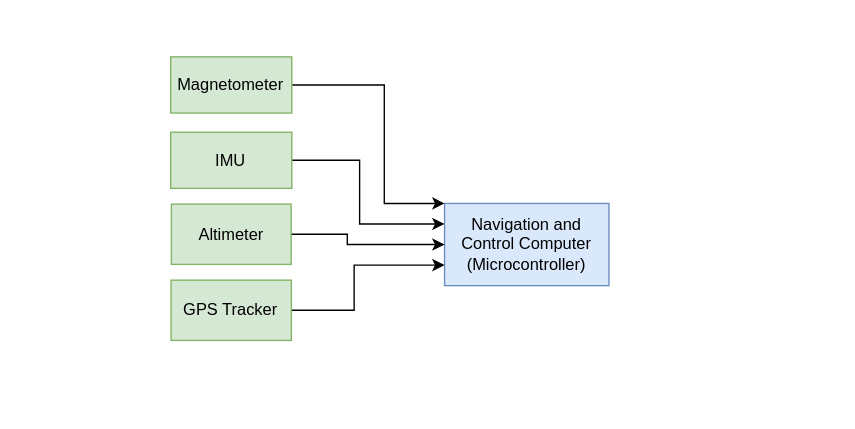
Earlier version of the draw.io diagram Untitled Diagram.drawio (haloship/docs). Source tidied: cells renumbered, new cells numbered last; positions are measured from the earlier drawing's top-left corner, leaving out a move shared by most shapes. Both pictures are drawn from the tidied source at 137%, with x=0, y=0 at pixel (170, 56).
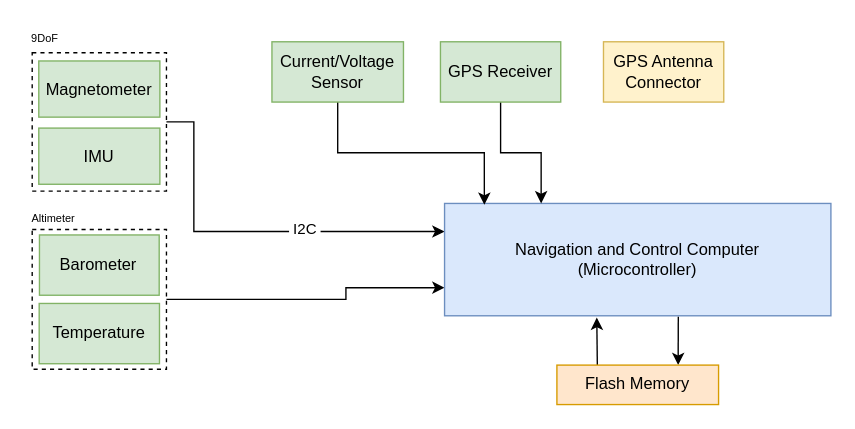
The same diagram, later.

Change to the diagram source:
```diff
@@
+    <mxCell id="11" style="edgeStyle=orthogonalEdgeStyle;rounded=0;jettySize=auto;html=1;exitX=1;exitY=0.5;exitDx=0;exitDy=0;entryX=0;entryY=0.75;entryDx=0;entryDy=0;" parent="1" edge="1" source="12" target="2">
+      <mxGeometry relative="1" as="geometry">
+        <Array as="points">
+          <mxPoint x="128" y="177" />
+          <mxPoint x="128" y="169" />
+        </Array>
+      </mxGeometry>
+    </mxCell>
+    <mxCell id="12" style="rounded=0;whiteSpace=wrap;html=1;fillColor=none;dashed=1;" parent="1" vertex="1">
+      <mxGeometry x="-101" y="126" width="98" height="102" as="geometry" />
+    </mxCell>
+    <mxCell id="13" style="edgeStyle=orthogonalEdgeStyle;rounded=0;jettySize=auto;html=1;exitX=1;exitY=0.5;exitDx=0;exitDy=0;entryX=0;entryY=0.25;entryDx=0;entryDy=0;" parent="1" edge="1" source="15" target="2">
+      <mxGeometry relative="1" as="geometry">
+        <Array as="points">
+          <mxPoint x="17" y="47" />
+          <mxPoint x="17" y="127" />
+        </Array>
+      </mxGeometry>
+    </mxCell>
+    <mxCell id="14" value="&amp;nbsp;I2C&amp;nbsp;" style="edgeLabel;html=1;align=center;verticalAlign=middle;" parent="13" vertex="1">
+      <mxGeometry x="0.27" y="2" relative="1" as="geometry" />
+    </mxCell>
+    <mxCell id="15" style="rounded=0;whiteSpace=wrap;html=1;fillColor=none;dashed=1;" parent="1" vertex="1">
+      <mxGeometry x="-101" y="-3" width="98" height="101" as="geometry" />
+    </mxCell>
     <mxCell id="2" value="Navigation and Control Computer&lt;br&gt;(Microcontroller)" style="rounded=0;whiteSpace=wrap;html=1;fillColor=#dae8fc;strokeColor=#6c8ebf;" parent="1" vertex="1">
-      <mxGeometry x="200" y="107" width="120" height="60" as="geometry" />
+      <mxGeometry x="200" y="107" width="282" height="82" as="geometry" />
     </mxCell>
-    <mxCell id="3" style="edgeStyle=orthogonalEdgeStyle;rounded=0;jettySize=auto;html=1;entryX=0;entryY=0.25;entryDx=0;entryDy=0;" parent="1" edge="1" source="4" target="2">
-      <mxGeometry relative="1" as="geometry">
-        <Array as="points">
-          <mxPoint x="138" y="75" />
-          <mxPoint x="138" y="122" />
-        </Array>
-      </mxGeometry>
-    </mxCell>
     <mxCell id="4" value="IMU" style="rounded=0;whiteSpace=wrap;html=1;fillColor=#d5e8d4;strokeColor=#82b366;" parent="1" vertex="1">
-      <mxGeometry x="0.1" y="55" width="88.4" height="41" as="geometry" />
+      <mxGeometry x="-96.2" y="52" width="88.4" height="41" as="geometry" />
     </mxCell>
-    <mxCell id="5" style="edgeStyle=orthogonalEdgeStyle;rounded=0;jettySize=auto;html=1;entryX=0;entryY=0.5;entryDx=0;entryDy=0;" parent="1" edge="1" source="6" target="2">
-      <mxGeometry relative="1" as="geometry">
-        <Array as="points">
-          <mxPoint x="129" y="129" />
-          <mxPoint x="129" y="137" />
-        </Array>
-      </mxGeometry>
-    </mxCell>
-    <mxCell id="6" value="Altimeter" style="rounded=0;whiteSpace=wrap;html=1;fillColor=#d5e8d4;strokeColor=#82b366;" parent="1" vertex="1">
-      <mxGeometry x="0.6" y="107.5" width="87.4" height="44" as="geometry" />
+    <mxCell id="6" value="Barometer" style="rounded=0;whiteSpace=wrap;html=1;fillColor=#d5e8d4;strokeColor=#82b366;" parent="1" vertex="1">
+      <mxGeometry x="-95.7" y="130" width="87.4" height="44" as="geometry" />
     </mxCell>
-    <mxCell id="7" style="edgeStyle=orthogonalEdgeStyle;rounded=0;jettySize=auto;html=1;exitX=1;exitY=0.5;exitDx=0;exitDy=0;entryX=0;entryY=0.75;entryDx=0;entryDy=0;" parent="1" edge="1" source="8" target="2">
-      <mxGeometry relative="1" as="geometry">
-        <Array as="points">
-          <mxPoint x="134" y="185" />
-          <mxPoint x="134" y="152" />
-        </Array>
-      </mxGeometry>
-    </mxCell>
-    <mxCell id="8" value="GPS Tracker" style="rounded=0;whiteSpace=wrap;html=1;fillColor=#d5e8d4;strokeColor=#82b366;" parent="1" vertex="1">
-      <mxGeometry x="0.4" y="163" width="87.8" height="44" as="geometry" />
+    <mxCell id="8" value="Temperature" style="rounded=0;whiteSpace=wrap;html=1;fillColor=#d5e8d4;strokeColor=#82b366;" parent="1" vertex="1">
+      <mxGeometry x="-95.9" y="180" width="87.8" height="44" as="geometry" />
     </mxCell>
-    <mxCell id="9" style="edgeStyle=orthogonalEdgeStyle;rounded=0;jettySize=auto;html=1;entryX=0;entryY=0;entryDx=0;entryDy=0;" parent="1" edge="1" source="10" target="2">
-      <mxGeometry relative="1" as="geometry">
-        <Array as="points">
-          <mxPoint x="156" y="21" />
-          <mxPoint x="156" y="107" />
-        </Array>
-      </mxGeometry>
-    </mxCell>
     <mxCell id="10" value="Magnetometer" style="rounded=0;whiteSpace=wrap;html=1;fillColor=#d5e8d4;strokeColor=#82b366;" parent="1" vertex="1">
-      <mxGeometry x="0.1" width="88.4" height="41" as="geometry" />
+      <mxGeometry x="-96.2" y="3" width="88.4" height="41" as="geometry" />
     </mxCell>
+    <mxCell id="16" value="&lt;font style=&quot;font-size: 8px&quot;&gt;9DoF&lt;/font&gt;" style="text;html=1;align=center;verticalAlign=middle;" parent="1" vertex="1">
+      <mxGeometry x="-107" y="-24" width="30" height="20" as="geometry" />
+    </mxCell>
+    <mxCell id="17" value="&lt;font style=&quot;font-size: 8px&quot;&gt;Altimeter&lt;/font&gt;" style="text;html=1;align=left;verticalAlign=middle;" parent="1" vertex="1">
+      <mxGeometry x="-103" y="107" width="42" height="20" as="geometry" />
+    </mxCell>
+    <mxCell id="18" style="edgeStyle=orthogonalEdgeStyle;rounded=0;jettySize=auto;html=1;exitX=0.5;exitY=1;exitDx=0;exitDy=0;entryX=0.25;entryY=0;entryDx=0;entryDy=0;" parent="1" edge="1" source="19" target="2">
+      <mxGeometry relative="1" as="geometry" />
+    </mxCell>
+    <mxCell id="19" value="GPS Receiver" style="rounded=0;whiteSpace=wrap;html=1;fillColor=#d5e8d4;strokeColor=#82b366;" parent="1" vertex="1">
+      <mxGeometry x="197" y="-11" width="87.8" height="44" as="geometry" />
+    </mxCell>
+    <mxCell id="20" style="edgeStyle=orthogonalEdgeStyle;rounded=0;jettySize=auto;html=1;exitX=0.5;exitY=1;exitDx=0;exitDy=0;entryX=0.103;entryY=0.012;entryDx=0;entryDy=0;entryPerimeter=0;" parent="1" edge="1" source="21" target="2">
+      <mxGeometry relative="1" as="geometry" />
+    </mxCell>
+    <mxCell id="21" value="Current/Voltage Sensor" style="rounded=0;whiteSpace=wrap;html=1;fillColor=#d5e8d4;strokeColor=#82b366;" parent="1" vertex="1">
+      <mxGeometry x="74" y="-11" width="96" height="44" as="geometry" />
+    </mxCell>
+    <mxCell id="22" style="edgeStyle=orthogonalEdgeStyle;rounded=0;jettySize=auto;html=1;exitX=0.25;exitY=0;exitDx=0;exitDy=0;entryX=0.394;entryY=1.016;entryDx=0;entryDy=0;entryPerimeter=0;" parent="1" edge="1" source="24" target="2">
+      <mxGeometry relative="1" as="geometry" />
+    </mxCell>
+    <mxCell id="23" style="edgeStyle=orthogonalEdgeStyle;rounded=0;jettySize=auto;html=1;exitX=0.75;exitY=0;exitDx=0;exitDy=0;entryX=0.605;entryY=1.009;entryDx=0;entryDy=0;entryPerimeter=0;startArrow=classic;startFill=1;endArrow=none;endFill=0;" parent="1" edge="1" source="24" target="2">
+      <mxGeometry relative="1" as="geometry" />
+    </mxCell>
+    <mxCell id="24" value="Flash Memory" style="rounded=0;whiteSpace=wrap;html=1;fillColor=#ffe6cc;strokeColor=#d79b00;" parent="1" vertex="1">
+      <mxGeometry x="282" y="225" width="118" height="28.8" as="geometry" />
+    </mxCell>
+    <mxCell id="25" value="GPS Antenna Connector" style="rounded=0;whiteSpace=wrap;html=1;fillColor=#fff2cc;strokeColor=#d6b656;" parent="1" vertex="1">
+      <mxGeometry x="316" y="-11" width="87.8" height="44" as="geometry" />
+    </mxCell>
```
